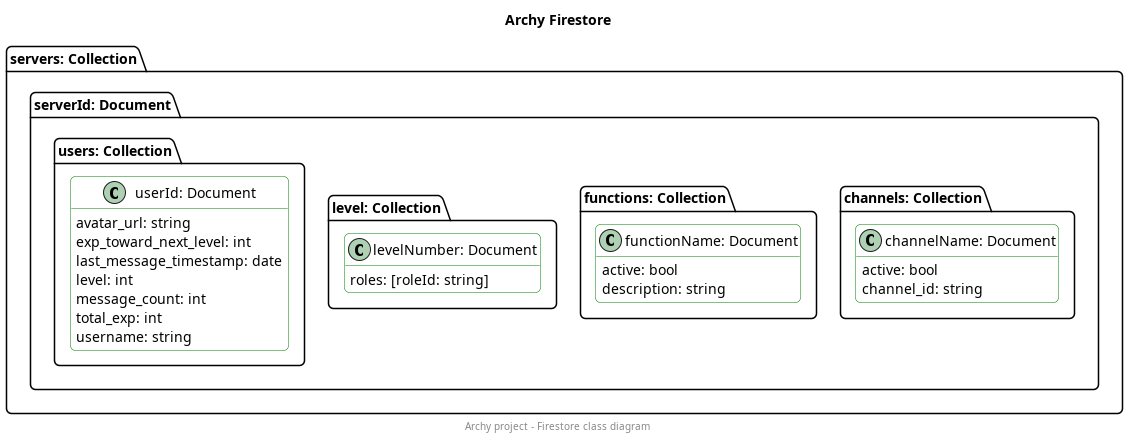
Earlier version of the PlantUML export firebase/firestore_diagram/classDiagram.png (ArmandBriere/Archy).
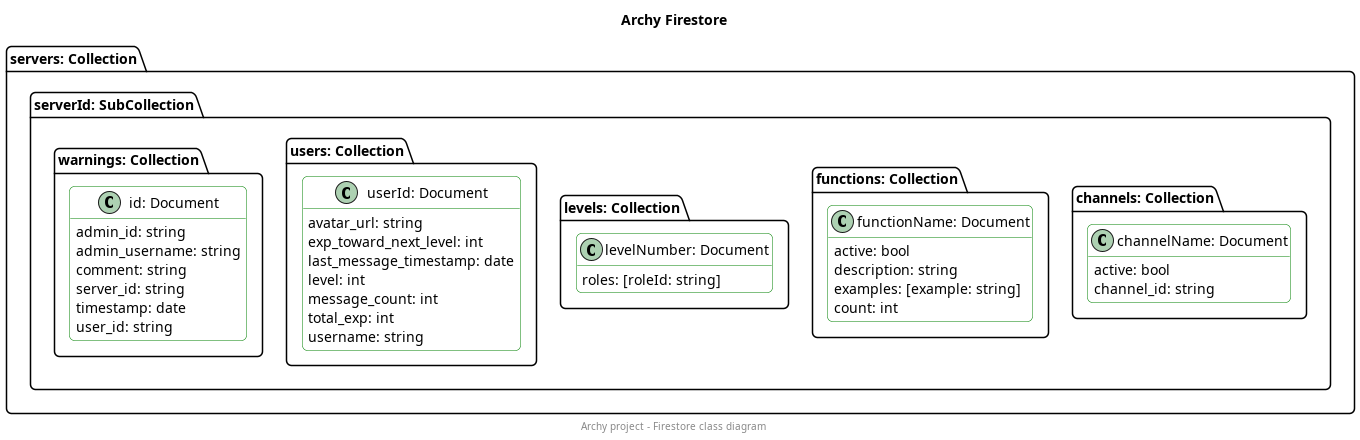
After the change.

What changed in the source:
```diff
@@ -9,7 +9,7 @@
 
 
 folder "servers: Collection" {
-    folder "serverId: Document" {
+    folder "serverId: SubCollection" {
         folder "channels: Collection" {
             class "channelName: Document" {
                 active: bool
@@ -21,10 +21,12 @@
             class "functionName: Document" {
                 active: bool
                 description: string
+                examples: [example: string]
+                count: int
             }
         }
 
-        folder "level: Collection" {
+        folder "levels: Collection" {
             class "levelNumber: Document" {
                 roles: [roleId: string]
             }
@@ -41,8 +43,18 @@
                 username: string
             }
         }
+
+        folder "warnings: Collection" {
+            class "id: Document" {
+                admin_id: string
+                admin_username: string
+                comment: string
+                server_id: string
+                timestamp: date
+                user_id: string
+            }
+        }
     }
-
 }
 
 
```
